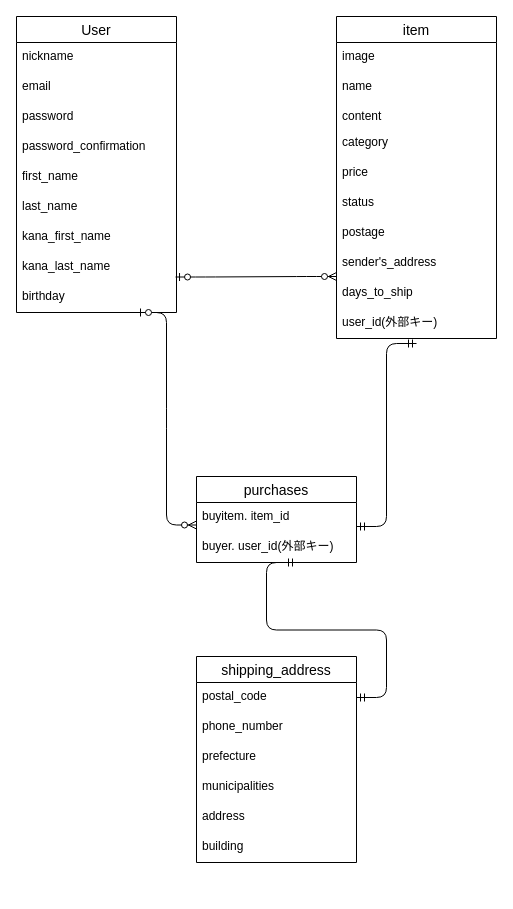
Above: app/furima.dio in dwarfsawfish/furima-38836 (draw.io), before the change. Source tidied: cells renumbered, new cells numbered last; positions are measured from the earlier drawing's top-left corner, leaving out a move shared by most shapes. Both pictures are drawn from the tidied source at 100%, with x=0, y=0 at pixel (16, 16).
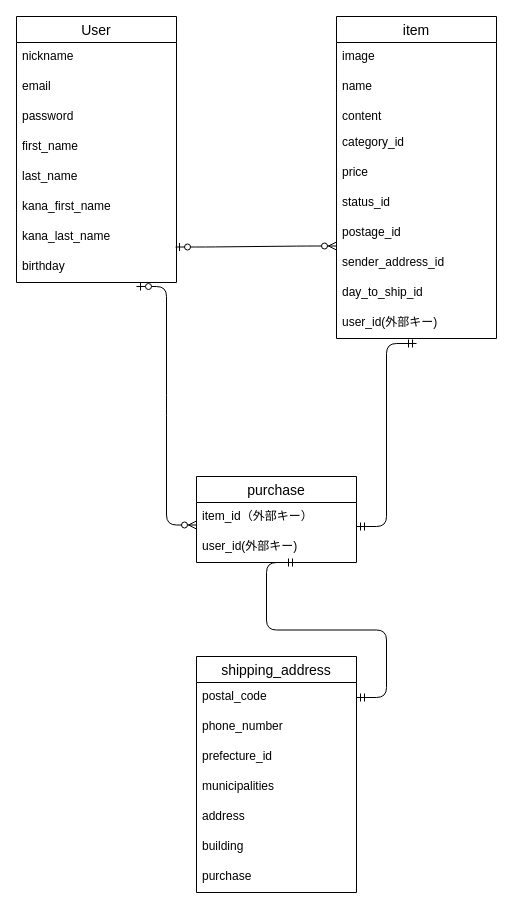
After the change.

Commit message (it also covers changes not shown here):
READMEの記述（修正1）

The change refers to these unchanged cells:
```xml
<mxCell id="12" value="item" style="swimlane;fontStyle=0;horizontal=1;startSize=26;align=center;fontSize=14;" parent="1" vertex="1">
  <mxGeometry x="320" width="160" height="322" as="geometry" />
</mxCell>
```

Diff of the diagram source:
```diff
@@
     <mxCell id="2" value="User" style="swimlane;fontStyle=0;horizontal=1;startSize=26;align=center;fontSize=14;" parent="1" vertex="1">
-      <mxGeometry width="160" height="296" as="geometry" />
+      <mxGeometry width="160" height="266" as="geometry" />
     </mxCell>
@@
-    <mxCell id="6" value="password_confirmation" style="text;strokeColor=none;fillColor=none;spacingLeft=4;spacingRight=4;overflow=hidden;fontSize=12;" parent="2" vertex="1">
-      <mxGeometry y="116" width="160" height="30" as="geometry" />
-    </mxCell>
     <mxCell id="7" value="first_name" style="text;strokeColor=none;fillColor=none;spacingLeft=4;spacingRight=4;overflow=hidden;fontSize=12;" parent="2" vertex="1">
-      <mxGeometry y="146" width="160" height="30" as="geometry" />
+      <mxGeometry y="116" width="160" height="30" as="geometry" />
     </mxCell>
     <mxCell id="8" value="last_name" style="text;strokeColor=none;fillColor=none;spacingLeft=4;spacingRight=4;overflow=hidden;fontSize=12;" parent="2" vertex="1">
-      <mxGeometry y="176" width="160" height="30" as="geometry" />
+      <mxGeometry y="146" width="160" height="30" as="geometry" />
     </mxCell>
     <mxCell id="9" value="kana_first_name" style="text;strokeColor=none;fillColor=none;spacingLeft=4;spacingRight=4;overflow=hidden;fontSize=12;" parent="2" vertex="1">
-      <mxGeometry y="206" width="160" height="30" as="geometry" />
+      <mxGeometry y="176" width="160" height="30" as="geometry" />
     </mxCell>
     <mxCell id="10" value="kana_last_name" style="text;strokeColor=none;fillColor=none;spacingLeft=4;spacingRight=4;overflow=hidden;points=[[0,0.5],[1,0.5]];portConstraint=eastwest;fontSize=12;" parent="2" vertex="1">
-      <mxGeometry y="236" width="160" height="30" as="geometry" />
+      <mxGeometry y="206" width="160" height="30" as="geometry" />
     </mxCell>
     <mxCell id="11" value="birthday" style="text;strokeColor=none;fillColor=none;spacingLeft=4;spacingRight=4;overflow=hidden;fontSize=12;" parent="2" vertex="1">
-      <mxGeometry y="266" width="160" height="30" as="geometry" />
+      <mxGeometry y="236" width="160" height="30" as="geometry" />
     </mxCell>
@@
-    <mxCell id="16" value="category" style="text;strokeColor=none;fillColor=none;spacingLeft=4;spacingRight=4;overflow=hidden;fontSize=12;" parent="12" vertex="1">
+    <mxCell id="16" value="category_id" style="text;strokeColor=none;fillColor=none;spacingLeft=4;spacingRight=4;overflow=hidden;fontSize=12;" parent="12" vertex="1">
       <mxGeometry y="112" width="160" height="30" as="geometry" />
     </mxCell>
@@
-    <mxCell id="18" value="status" style="text;strokeColor=none;fillColor=none;spacingLeft=4;spacingRight=4;overflow=hidden;fontSize=12;" parent="12" vertex="1">
+    <mxCell id="18" value="status_id" style="text;strokeColor=none;fillColor=none;spacingLeft=4;spacingRight=4;overflow=hidden;fontSize=12;" parent="12" vertex="1">
       <mxGeometry y="172" width="160" height="30" as="geometry" />
     </mxCell>
-    <mxCell id="19" value="postage" style="text;strokeColor=none;fillColor=none;spacingLeft=4;spacingRight=4;overflow=hidden;fontSize=12;" parent="12" vertex="1">
+    <mxCell id="19" value="postage_id" style="text;strokeColor=none;fillColor=none;spacingLeft=4;spacingRight=4;overflow=hidden;fontSize=12;" parent="12" vertex="1">
       <mxGeometry y="202" width="160" height="30" as="geometry" />
     </mxCell>
-    <mxCell id="20" value="sender's_address" style="text;strokeColor=none;fillColor=none;spacingLeft=4;spacingRight=4;overflow=hidden;points=[[0,0.5],[1,0.5]];portConstraint=eastwest;fontSize=12;" parent="12" vertex="1">
+    <mxCell id="20" value="sender_address_id" style="text;strokeColor=none;fillColor=none;spacingLeft=4;spacingRight=4;overflow=hidden;points=[[0,0.5],[1,0.5]];portConstraint=eastwest;fontSize=12;" parent="12" vertex="1">
       <mxGeometry y="232" width="160" height="30" as="geometry" />
     </mxCell>
-    <mxCell id="21" value="days_to_ship" style="text;strokeColor=none;fillColor=none;spacingLeft=4;spacingRight=4;overflow=hidden;fontSize=12;" parent="12" vertex="1">
+    <mxCell id="21" value="day_to_ship_id" style="text;strokeColor=none;fillColor=none;spacingLeft=4;spacingRight=4;overflow=hidden;fontSize=12;" parent="12" vertex="1">
       <mxGeometry y="262" width="160" height="30" as="geometry" />
     </mxCell>
@@
-    <mxCell id="23" value="purchases" style="swimlane;fontStyle=0;horizontal=1;startSize=26;align=center;fontSize=14;" parent="1" vertex="1">
+    <mxCell id="23" value="purchase" style="swimlane;fontStyle=0;horizontal=1;startSize=26;align=center;fontSize=14;" parent="1" vertex="1">
       <mxGeometry x="180" y="460" width="160" height="86" as="geometry" />
     </mxCell>
-    <mxCell id="24" value="buyitem. item_id" style="text;strokeColor=none;fillColor=none;spacingLeft=4;spacingRight=4;overflow=hidden;fontSize=12;" parent="23" vertex="1">
+    <mxCell id="24" value="item_id（外部キー）" style="text;strokeColor=none;fillColor=none;spacingLeft=4;spacingRight=4;overflow=hidden;fontSize=12;" parent="23" vertex="1">
       <mxGeometry y="26" width="160" height="30" as="geometry" />
     </mxCell>
-    <mxCell id="25" value="buyer. user_id(外部キー)" style="text;strokeColor=none;fillColor=none;spacingLeft=4;spacingRight=4;overflow=hidden;fontSize=12;" parent="23" vertex="1">
+    <mxCell id="25" value="user_id(外部キー)" style="text;strokeColor=none;fillColor=none;spacingLeft=4;spacingRight=4;overflow=hidden;fontSize=12;" parent="23" vertex="1">
       <mxGeometry y="56" width="160" height="30" as="geometry" />
     </mxCell>
     <mxCell id="26" value="shipping_address" style="swimlane;fontStyle=0;horizontal=1;startSize=26;align=center;fontSize=14;" parent="1" vertex="1">
-      <mxGeometry x="180" y="640" width="160" height="206" as="geometry" />
+      <mxGeometry x="180" y="640" width="160" height="236" as="geometry" />
     </mxCell>
@@
-    <mxCell id="29" value="prefecture" style="text;strokeColor=none;fillColor=none;spacingLeft=4;spacingRight=4;overflow=hidden;fontSize=12;" parent="26" vertex="1">
+    <mxCell id="29" value="prefecture_id" style="text;strokeColor=none;fillColor=none;spacingLeft=4;spacingRight=4;overflow=hidden;fontSize=12;" parent="26" vertex="1">
       <mxGeometry y="86" width="160" height="30" as="geometry" />
     </mxCell>
@@
+    <mxCell id="37" value="purchase" style="text;strokeColor=none;fillColor=none;spacingLeft=4;spacingRight=4;overflow=hidden;fontSize=12;" parent="26" vertex="1">
+      <mxGeometry y="206" width="160" height="30" as="geometry" />
+    </mxCell>
-    <mxCell id="33" style="edgeStyle=entityRelationEdgeStyle;fontSize=12;html=1;endArrow=ERzeroToMany;startArrow=ERzeroToOne;exitX=0.994;exitY=0.817;exitDx=0;exitDy=0;exitPerimeter=0;" parent="1" edge="1" source="10">
-      <mxGeometry relative="1" as="geometry">
-        <mxPoint x="320" y="260" as="targetPoint" />
-      </mxGeometry>
+    <mxCell id="33" style="edgeStyle=entityRelationEdgeStyle;fontSize=12;html=1;endArrow=ERzeroToMany;startArrow=ERzeroToOne;exitX=0.994;exitY=0.817;exitDx=0;exitDy=0;exitPerimeter=0;entryX=0;entryY=-0.083;entryDx=0;entryDy=0;entryPerimeter=0;" parent="1" edge="1" source="10" target="20">
+      <mxGeometry relative="1" as="geometry" />
     </mxCell>
@@
     <mxCell id="35" style="edgeStyle=entityRelationEdgeStyle;fontSize=12;html=1;endArrow=ERzeroToMany;startArrow=ERzeroToOne;entryX=-0.025;entryY=0.817;entryDx=0;entryDy=0;entryPerimeter=0;" parent="1" edge="1">
       <mxGeometry relative="1" as="geometry">
-        <mxPoint x="120" y="296" as="sourcePoint" />
+        <mxPoint x="120" y="270" as="sourcePoint" />
         <mxPoint x="180" y="508.5" as="targetPoint" />
       </mxGeometry>
     </mxCell>
```
